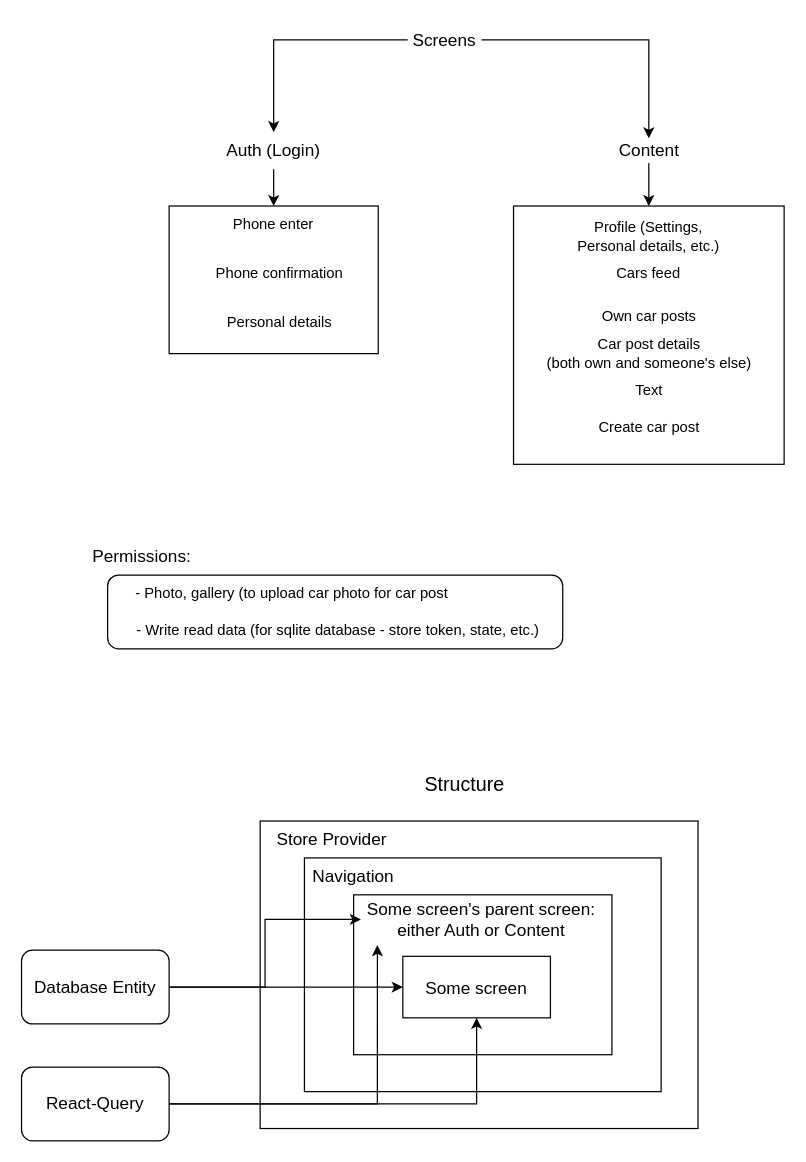
Earlier version of the draw.io diagram page "Structure" (1 of 3) of startup.drawio (Madi-S/kolik). Source tidied: cells renumbered, new cells numbered last; positions are measured from the earlier drawing's top-left corner, leaving out a move shared by most shapes. Both pictures are drawn from the tidied source at 123%, with x=0, y=0 at pixel (21, 21).
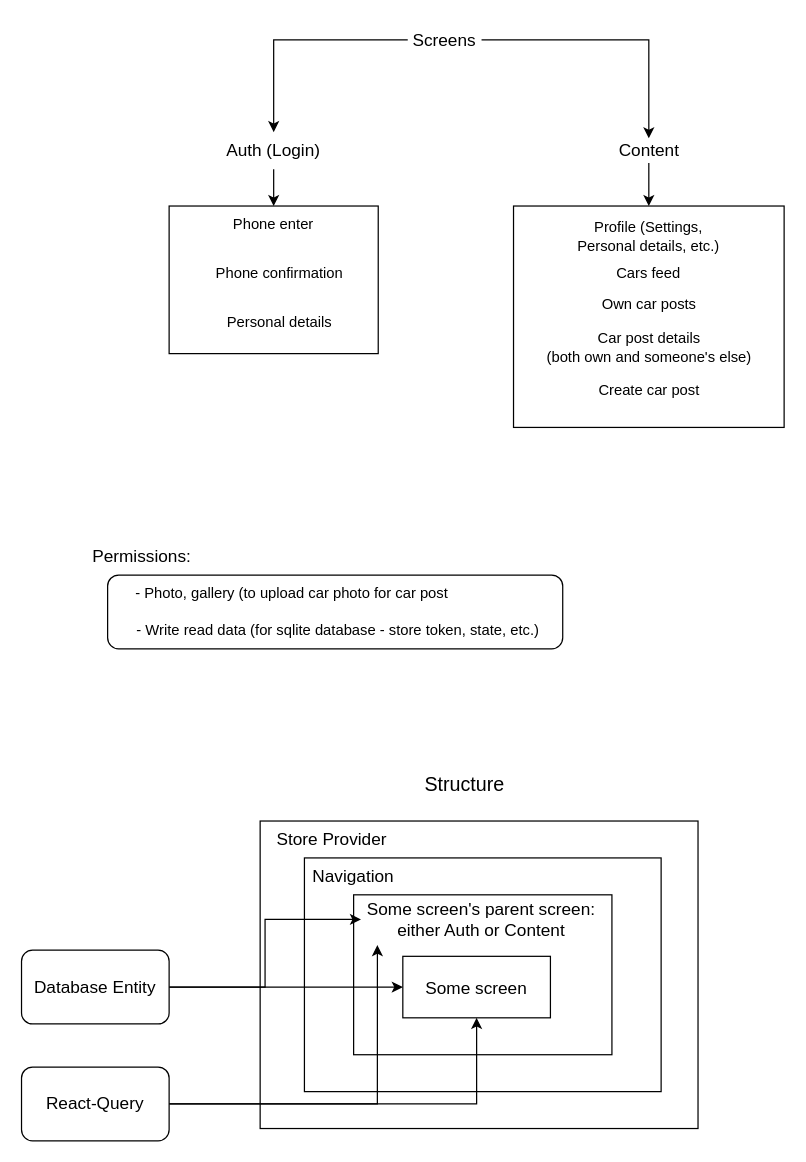
The same diagram, later.

What changed in the source:
```diff
@@
     <mxCell id="6" style="rounded=0;whiteSpace=wrap;html=1;" parent="1" vertex="1">
-      <mxGeometry x="400" y="150" width="220" height="210" as="geometry" />
+      <mxGeometry x="400" y="150" width="220" height="180" as="geometry" />
     </mxCell>
@@
     <mxCell id="20" value="Own car posts" style="text;html=1;align=center;verticalAlign=middle;strokeColor=none;fillColor=none;" parent="1" vertex="1">
-      <mxGeometry x="465" y="230" width="90" height="20" as="geometry" />
+      <mxGeometry x="465" y="220" width="90" height="20" as="geometry" />
     </mxCell>
     <mxCell id="21" value="Car post details &lt;br&gt;(both own and someone's else)" style="text;html=1;align=center;verticalAlign=middle;strokeColor=none;fillColor=none;" parent="1" vertex="1">
-      <mxGeometry x="420" y="255" width="180" height="30" as="geometry" />
+      <mxGeometry x="420" y="250" width="180" height="30" as="geometry" />
     </mxCell>
-    <mxCell id="22" value="Text" style="text;html=1;align=center;verticalAlign=middle;strokeColor=none;fillColor=none;" parent="1" vertex="1">
-      <mxGeometry x="490" y="290" width="40" height="20" as="geometry" />
-    </mxCell>
     <mxCell id="23" value="Create car post" style="text;html=1;align=center;verticalAlign=middle;strokeColor=none;fillColor=none;" parent="1" vertex="1">
-      <mxGeometry x="460" y="320" width="100" height="20" as="geometry" />
+      <mxGeometry x="460" y="290" width="100" height="20" as="geometry" />
     </mxCell>
```
